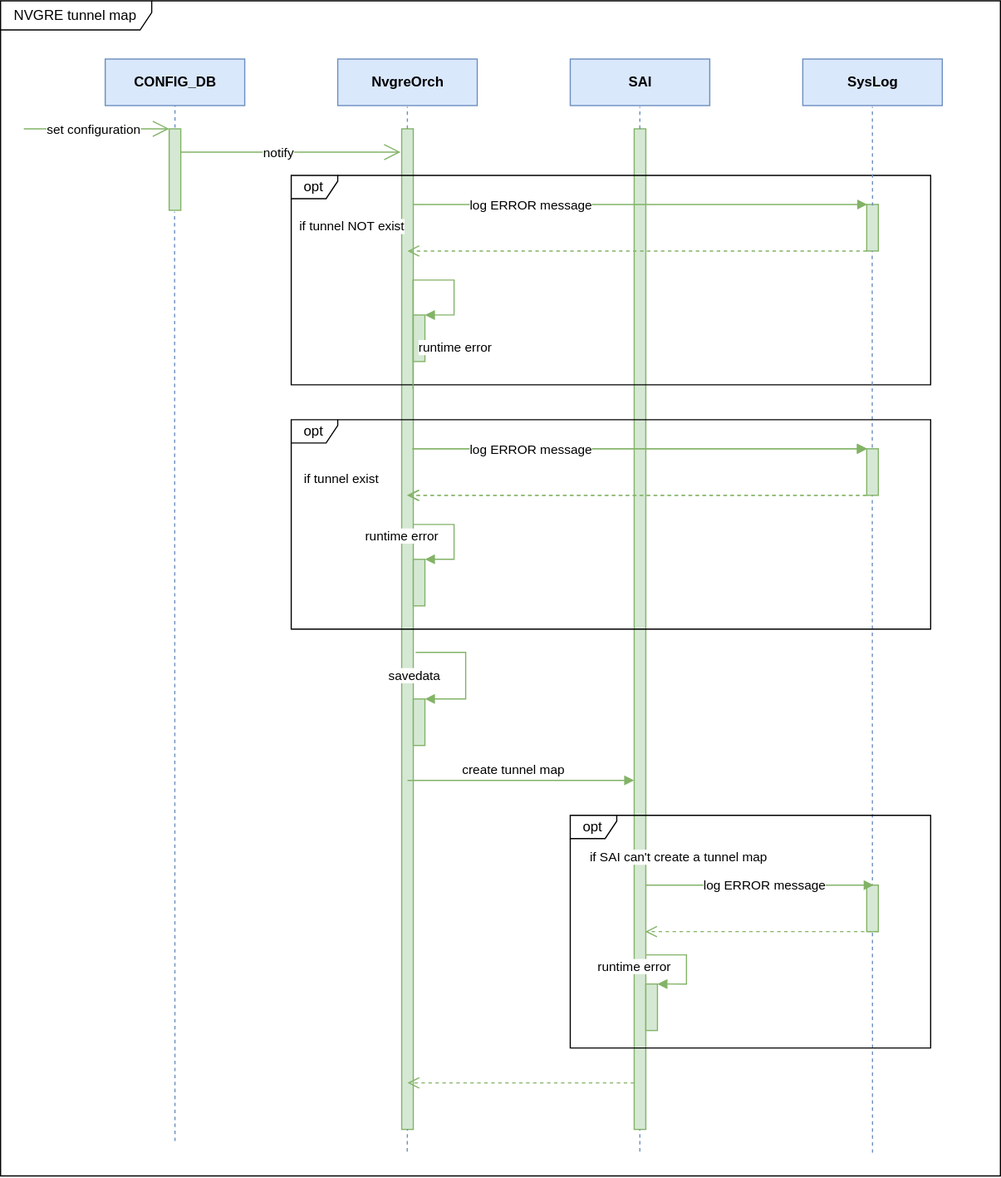
sonic-net/SONiC keeps this draw.io diagram as doc/nvgre_tunnel/images/nvgre_tunnel_map_create_uml.svg. Above is the earlier version. Source tidied: cells renumbered, new cells last; positions are measured from the earlier drawing's top-left corner, leaving out a move shared by most shapes.
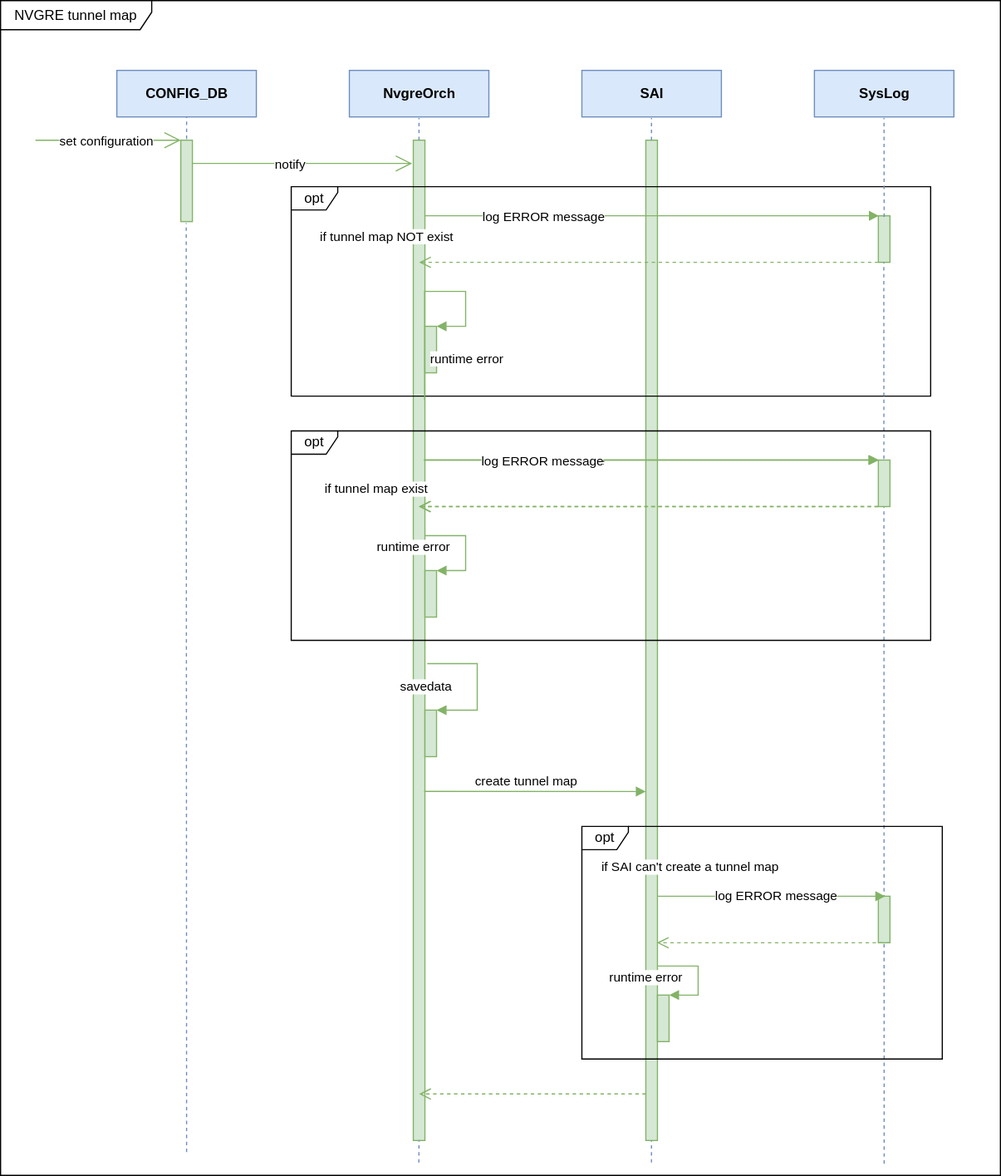
Later version of the same file.

The edit, as a diff of the source:
```diff
@@ -43,10 +43,10 @@
       <mxGeometry x="545" y="110" width="10" height="860" as="geometry" />
     </mxCell>
     <mxCell id="12" value="opt" style="shape=umlFrame;whiteSpace=wrap;html=1;width=40;height=20;fillColor=#FFFFFF;" parent="1" vertex="1">
-      <mxGeometry x="250" y="150" width="550" height="180" as="geometry" />
+      <mxGeometry x="240" y="150" width="550" height="180" as="geometry" />
     </mxCell>
-    <mxCell id="13" value="if tunnel NOT exist" style="edgeLabel;html=1;align=center;verticalAlign=middle;" parent="1" vertex="1">
-      <mxGeometry x="300" y="195" as="geometry">
+    <mxCell id="13" value="if tunnel map NOT exist" style="edgeLabel;html=1;align=center;verticalAlign=middle;" parent="1" vertex="1">
+      <mxGeometry x="320" y="195" as="geometry">
         <mxPoint x="1" y="-2" as="offset" />
       </mxGeometry>
     </mxCell>
@@ -122,7 +122,7 @@
       </mxGeometry>
     </mxCell>
     <mxCell id="26" value="NVGRE tunnel map" style="shape=umlFrame;whiteSpace=wrap;html=1;fillColor=#FFFFFF;width=130;height=25;" parent="1" vertex="1">
-      <mxGeometry width="860" height="1010" as="geometry" />
+      <mxGeometry x="-10" y="-10" width="860" height="1010" as="geometry" />
     </mxCell>
     <mxCell id="27" style="html=1;points=[];perimeter=orthogonalPerimeter;fillColor=#d5e8d4;strokeColor=#82b366;" parent="1" vertex="1">
       <mxGeometry x="355" y="270" width="10" height="40" as="geometry" />
@@ -137,7 +137,7 @@
       </mxGeometry>
     </mxCell>
     <mxCell id="29" value="opt" style="shape=umlFrame;whiteSpace=wrap;html=1;width=40;height=20;fillColor=#FFFFFF;" parent="1" vertex="1">
-      <mxGeometry x="250" y="360" width="550" height="180" as="geometry" />
+      <mxGeometry x="240" y="360" width="550" height="180" as="geometry" />
     </mxCell>
     <mxCell id="30" style="html=1;perimeter=orthogonalPerimeter;fillColor=#d5e8d4;strokeColor=#82b366;" parent="1" vertex="1">
       <mxGeometry x="745" y="385" width="10" height="40" as="geometry" />
@@ -170,8 +170,8 @@
         <mxPoint x="-45" y="-36" as="offset" />
       </mxGeometry>
     </mxCell>
-    <mxCell id="35" value="if tunnel exist" style="edgeLabel;html=1;align=center;verticalAlign=middle;" parent="1" vertex="1">
-      <mxGeometry x="340" y="195" as="geometry">
+    <mxCell id="35" value="if tunnel map exist" style="edgeLabel;html=1;align=center;verticalAlign=middle;" parent="1" vertex="1">
+      <mxGeometry x="360" y="195" as="geometry">
         <mxPoint x="-48" y="215" as="offset" />
       </mxGeometry>
     </mxCell>
@@ -189,9 +189,8 @@
         <mxPoint x="-27" y="-14" as="offset" />
       </mxGeometry>
     </mxCell>
-    <mxCell id="38" value="create tunnel map" style="html=1;verticalAlign=bottom;endArrow=block;fillColor=#d5e8d4;strokeColor=#82b366;" parent="1" edge="1">
+    <mxCell id="38" value="create tunnel map" style="html=1;verticalAlign=bottom;endArrow=block;fillColor=#d5e8d4;strokeColor=#82b366;exitX=0.939;exitY=0.651;exitDx=0;exitDy=0;exitPerimeter=0;" parent="1" edge="1" source="8">
       <mxGeometry x="-0.08" relative="1" as="geometry">
-        <mxPoint x="350" y="670" as="sourcePoint" />
         <mxPoint x="545" y="670" as="targetPoint" />
       </mxGeometry>
     </mxCell>
```
